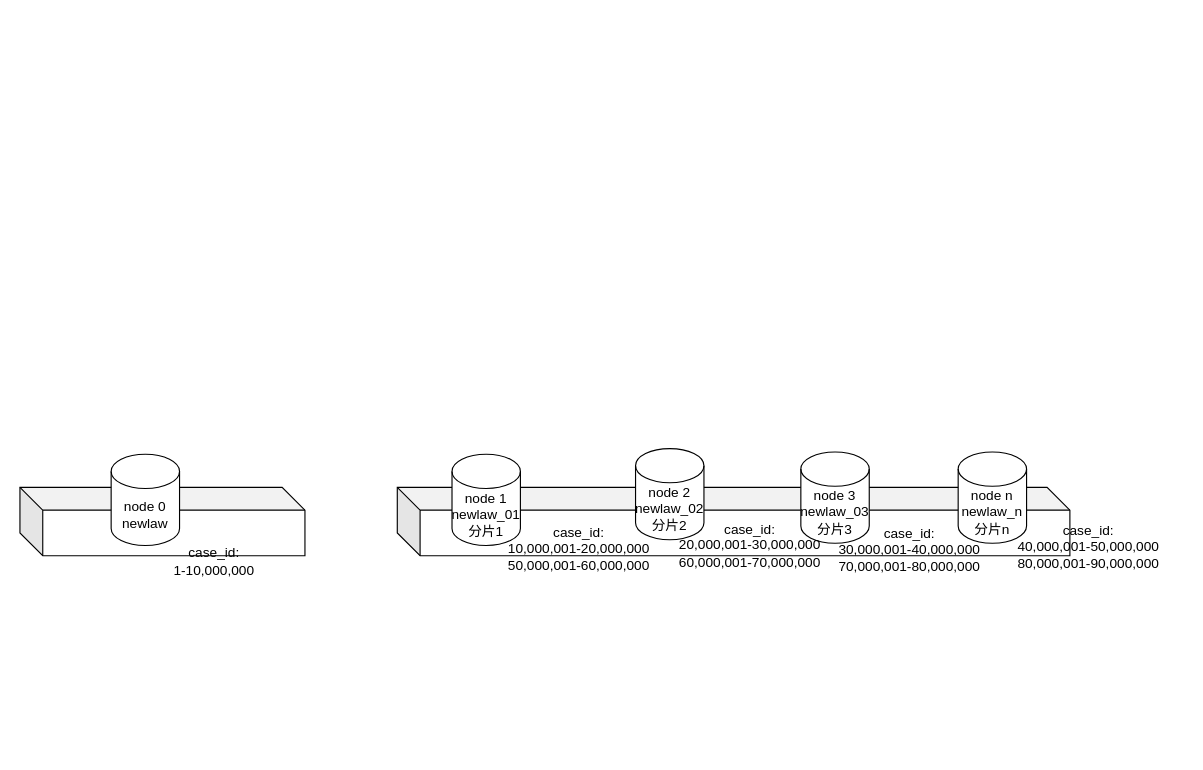
The draw.io diagram dble.drawio in leiting6/diagrams, before the edit. Source tidied: cells renumbered, new cells numbered last; positions are measured from the earlier drawing's top-left corner, leaving out a move shared by most shapes. Both pictures are drawn from the tidied source at 114%, with x=0, y=0 at pixel (19, 448).
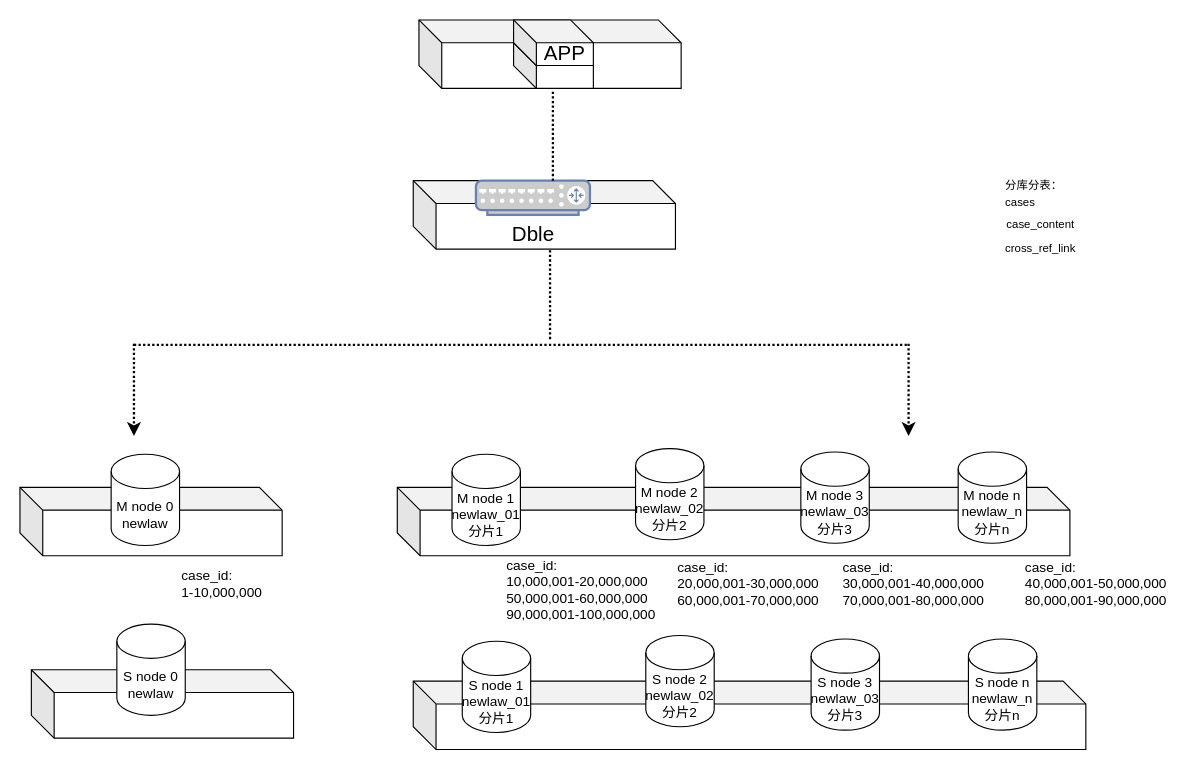
Above is the later version.

What changed in the source:
```diff
@@
-    <mxCell id="3" value="node 2&lt;br&gt;newlaw_02&lt;br&gt;分片2" style="shape=cylinder3;whiteSpace=wrap;html=1;boundedLbl=1;backgroundOutline=1;size=15;" parent="1" vertex="1">
+    <mxCell id="3" value="M node 2&lt;br&gt;newlaw_02&lt;br&gt;分片2" style="shape=cylinder3;whiteSpace=wrap;html=1;boundedLbl=1;backgroundOutline=1;size=15;" parent="1" vertex="1">
       <mxGeometry x="540" width="60" height="80" as="geometry" />
     </mxCell>
-    <mxCell id="4" value="node 3&lt;br&gt;newlaw_03&lt;br&gt;分片3" style="shape=cylinder3;whiteSpace=wrap;html=1;boundedLbl=1;backgroundOutline=1;size=15;" parent="1" vertex="1">
+    <mxCell id="4" value="M node 3&lt;br&gt;newlaw_03&lt;br&gt;分片3" style="shape=cylinder3;whiteSpace=wrap;html=1;boundedLbl=1;backgroundOutline=1;size=15;" parent="1" vertex="1">
       <mxGeometry x="685" y="3" width="60" height="80" as="geometry" />
     </mxCell>
-    <mxCell id="5" value="node n&lt;br&gt;newlaw_n&lt;br&gt;分片n" style="shape=cylinder3;whiteSpace=wrap;html=1;boundedLbl=1;backgroundOutline=1;size=15;" parent="1" vertex="1">
+    <mxCell id="5" value="M node n&lt;br&gt;newlaw_n&lt;br&gt;分片n" style="shape=cylinder3;whiteSpace=wrap;html=1;boundedLbl=1;backgroundOutline=1;size=15;" parent="1" vertex="1">
       <mxGeometry x="823" y="3" width="60" height="80" as="geometry" />
     </mxCell>
-    <mxCell id="6" value="node 1&lt;br&gt;newlaw_01&lt;br&gt;分片1" style="shape=cylinder3;whiteSpace=wrap;html=1;boundedLbl=1;backgroundOutline=1;size=15;" parent="1" vertex="1">
+    <mxCell id="6" value="M node 1&lt;br&gt;newlaw_01&lt;br&gt;分片1" style="shape=cylinder3;whiteSpace=wrap;html=1;boundedLbl=1;backgroundOutline=1;size=15;" parent="1" vertex="1">
       <mxGeometry x="379" y="5" width="60" height="80" as="geometry" />
     </mxCell>
     <mxCell id="7" style="shape=cube;whiteSpace=wrap;html=1;boundedLbl=1;backgroundOutline=1;darkOpacity=0.05;darkOpacity2=0.1;" parent="1" vertex="1">
-      <mxGeometry y="34" width="250" height="60" as="geometry" />
+      <mxGeometry y="34" width="230" height="60" as="geometry" />
     </mxCell>
-    <mxCell id="8" value="node 0&lt;br&gt;newlaw" style="shape=cylinder3;whiteSpace=wrap;html=1;boundedLbl=1;backgroundOutline=1;size=15;" parent="1" vertex="1">
+    <mxCell id="8" value="M node 0&lt;br&gt;newlaw" style="shape=cylinder3;whiteSpace=wrap;html=1;boundedLbl=1;backgroundOutline=1;size=15;" parent="1" vertex="1">
       <mxGeometry x="80" y="5" width="60" height="80" as="geometry" />
     </mxCell>
-    <mxCell id="9" value="case_id:&lt;br&gt;1-10,000,000" style="text;html=1;align=center;verticalAlign=middle;rounded=0;" parent="1" vertex="1">
-      <mxGeometry x="125" y="84" width="90" height="30" as="geometry" />
+    <mxCell id="9" value="case_id:&lt;br&gt;1-10,000,000" style="text;html=1;align=left;verticalAlign=middle;rounded=0;" parent="1" vertex="1">
+      <mxGeometry x="140" y="104" width="90" height="30" as="geometry" />
     </mxCell>
-    <mxCell id="10" value="case_id:&lt;br&gt;10,000,001-20,000,000&lt;br&gt;50,000,001-60,000,000" style="text;html=1;align=center;verticalAlign=middle;fillColor=none;strokeColor=none;rounded=0;" parent="1" vertex="1">
-      <mxGeometry x="420" y="63" width="140" height="50" as="geometry" />
+    <mxCell id="10" value="case_id:&lt;br&gt;10,000,001-20,000,000&lt;br&gt;50,000,001-60,000,000&lt;br&gt;90,000,001-100,000,000" style="text;html=1;align=left;verticalAlign=middle;fillColor=none;strokeColor=none;rounded=0;" parent="1" vertex="1">
+      <mxGeometry x="425" y="94" width="150" height="60" as="geometry" />
     </mxCell>
-    <mxCell id="11" value="case_id:&lt;br&gt;20,000,001-30,000,000&lt;br&gt;60,000,001-70,000,000" style="text;html=1;align=center;verticalAlign=middle;fillColor=none;strokeColor=none;rounded=0;" parent="1" vertex="1">
-      <mxGeometry x="570" y="60" width="140" height="50" as="geometry" />
+    <mxCell id="11" value="case_id:&lt;br&gt;20,000,001-30,000,000&lt;br&gt;60,000,001-70,000,000" style="text;html=1;align=left;verticalAlign=middle;fillColor=none;strokeColor=none;rounded=0;" parent="1" vertex="1">
+      <mxGeometry x="575" y="94" width="140" height="50" as="geometry" />
     </mxCell>
-    <mxCell id="12" value="case_id:&lt;br&gt;30,000,001-40,000,000&lt;br&gt;70,000,001-80,000,000" style="text;html=1;align=center;verticalAlign=middle;fillColor=none;strokeColor=none;rounded=0;" parent="1" vertex="1">
-      <mxGeometry x="710" y="64" width="140" height="50" as="geometry" />
+    <mxCell id="12" value="case_id:&lt;br&gt;30,000,001-40,000,000&lt;br&gt;70,000,001-80,000,000" style="text;html=1;align=left;verticalAlign=middle;fillColor=none;strokeColor=none;rounded=0;" parent="1" vertex="1">
+      <mxGeometry x="720" y="94" width="140" height="50" as="geometry" />
     </mxCell>
-    <mxCell id="13" value="case_id:&lt;br&gt;40,000,001-50,000,000&lt;br&gt;80,000,001-90,000,000" style="text;html=1;align=center;verticalAlign=middle;fillColor=none;strokeColor=none;rounded=0;" parent="1" vertex="1">
-      <mxGeometry x="867" y="61" width="140" height="50" as="geometry" />
+    <mxCell id="13" value="case_id:&lt;br&gt;40,000,001-50,000,000&lt;br&gt;80,000,001-90,000,000" style="text;html=1;align=left;verticalAlign=middle;fillColor=none;strokeColor=none;rounded=0;" parent="1" vertex="1">
+      <mxGeometry x="880" y="94" width="140" height="50" as="geometry" />
     </mxCell>
+    <mxCell id="14" style="shape=cube;whiteSpace=wrap;html=1;boundedLbl=1;backgroundOutline=1;darkOpacity=0.05;darkOpacity2=0.1;" parent="1" vertex="1">
+      <mxGeometry x="10" y="194" width="230" height="60" as="geometry" />
+    </mxCell>
+    <mxCell id="15" value="S node 0&lt;br&gt;newlaw" style="shape=cylinder3;whiteSpace=wrap;html=1;boundedLbl=1;backgroundOutline=1;size=15;" parent="1" vertex="1">
+      <mxGeometry x="85" y="154" width="60" height="80" as="geometry" />
+    </mxCell>
+    <mxCell id="16" style="shape=cube;whiteSpace=wrap;html=1;boundedLbl=1;backgroundOutline=1;darkOpacity=0.05;darkOpacity2=0.1;" parent="1" vertex="1">
+      <mxGeometry x="345" y="204" width="590" height="60" as="geometry" />
+    </mxCell>
+    <mxCell id="17" value="S node 2&lt;br&gt;newlaw_02&lt;br&gt;分片2" style="shape=cylinder3;whiteSpace=wrap;html=1;boundedLbl=1;backgroundOutline=1;size=15;" parent="1" vertex="1">
+      <mxGeometry x="549" y="164" width="60" height="80" as="geometry" />
+    </mxCell>
+    <mxCell id="18" value="S node 3&lt;br&gt;newlaw_03&lt;br&gt;分片3" style="shape=cylinder3;whiteSpace=wrap;html=1;boundedLbl=1;backgroundOutline=1;size=15;" parent="1" vertex="1">
+      <mxGeometry x="694" y="167" width="60" height="80" as="geometry" />
+    </mxCell>
+    <mxCell id="19" value="S node n&lt;br&gt;newlaw_n&lt;br&gt;分片n" style="shape=cylinder3;whiteSpace=wrap;html=1;boundedLbl=1;backgroundOutline=1;size=15;" parent="1" vertex="1">
+      <mxGeometry x="832" y="167" width="60" height="80" as="geometry" />
+    </mxCell>
+    <mxCell id="20" value="S node 1&lt;br&gt;newlaw_01&lt;br&gt;分片1" style="shape=cylinder3;whiteSpace=wrap;html=1;boundedLbl=1;backgroundOutline=1;size=15;" parent="1" vertex="1">
+      <mxGeometry x="388" y="169" width="60" height="80" as="geometry" />
+    </mxCell>
+    <mxCell id="21" style="endArrow=none;html=1;rounded=0;dashed=1;strokeWidth=2;dashPattern=1 1;" parent="1" edge="1">
+      <mxGeometry relative="1" as="geometry">
+        <mxPoint x="100" y="-91" as="sourcePoint" />
+        <mxPoint x="780" y="-91" as="targetPoint" />
+      </mxGeometry>
+    </mxCell>
+    <mxCell id="22" style="endArrow=classic;html=1;rounded=0;strokeWidth=2;dashed=1;dashPattern=1 1;" parent="1" edge="1">
+      <mxGeometry relative="1" as="geometry">
+        <mxPoint x="100" y="-92" as="sourcePoint" />
+        <mxPoint x="100" y="-11" as="targetPoint" />
+      </mxGeometry>
+    </mxCell>
+    <mxCell id="23" style="endArrow=classic;html=1;rounded=0;strokeWidth=2;dashed=1;dashPattern=1 1;" parent="1" edge="1">
+      <mxGeometry relative="1" as="geometry">
+        <mxPoint x="779.5" y="-92" as="sourcePoint" />
+        <mxPoint x="779.5" y="-11" as="targetPoint" />
+      </mxGeometry>
+    </mxCell>
+    <mxCell id="24" style="shape=cube;whiteSpace=wrap;html=1;boundedLbl=1;backgroundOutline=1;darkOpacity=0.05;darkOpacity2=0.1;" parent="1" vertex="1">
+      <mxGeometry x="345" y="-235" width="230" height="60" as="geometry" />
+    </mxCell>
+    <mxCell id="25" value="&lt;font style=&quot;font-size: 18px&quot; color=&quot;#000000&quot;&gt;Dble&lt;/font&gt;" style="fontColor=#0066CC;verticalAlign=top;verticalLabelPosition=bottom;labelPosition=center;align=center;html=1;fillColor=#CCCCCC;strokeColor=#6881B3;gradientColor=none;gradientDirection=north;strokeWidth=2;shape=mxgraph.networks.router;" parent="1" vertex="1">
+      <mxGeometry x="400" y="-235" width="100" height="30" as="geometry" />
+    </mxCell>
+    <mxCell id="26" style="shape=cube;whiteSpace=wrap;html=1;boundedLbl=1;backgroundOutline=1;darkOpacity=0.05;darkOpacity2=0.1;" parent="1" vertex="1">
+      <mxGeometry x="350" y="-376" width="230" height="60" as="geometry" />
+    </mxCell>
+    <mxCell id="27" style="shape=cube;whiteSpace=wrap;html=1;boundedLbl=1;backgroundOutline=1;darkOpacity=0.05;darkOpacity2=0.1;" parent="1" vertex="1">
+      <mxGeometry x="433" y="-356" width="70" height="40" as="geometry" />
+    </mxCell>
+    <mxCell id="28" value="&lt;font style=&quot;font-size: 18px&quot;&gt;APP&lt;/font&gt;" style="shape=cube;whiteSpace=wrap;html=1;boundedLbl=1;backgroundOutline=1;darkOpacity=0.05;darkOpacity2=0.1;" parent="1" vertex="1">
+      <mxGeometry x="433" y="-376" width="70" height="40" as="geometry" />
+    </mxCell>
+    <mxCell id="29" style="endArrow=none;dashed=1;html=1;dashPattern=1 1;strokeWidth=2;rounded=0;fontSize=18;fontColor=#000000;" parent="1" edge="1">
+      <mxGeometry relative="1" as="geometry">
+        <mxPoint x="465" y="-96" as="sourcePoint" />
+        <mxPoint x="465" y="-175" as="targetPoint" />
+      </mxGeometry>
+    </mxCell>
+    <mxCell id="30" style="endArrow=none;dashed=1;html=1;dashPattern=1 1;strokeWidth=2;rounded=0;fontSize=18;fontColor=#000000;" parent="1" edge="1">
+      <mxGeometry relative="1" as="geometry">
+        <mxPoint x="467.5" y="-235" as="sourcePoint" />
+        <mxPoint x="467.5" y="-314" as="targetPoint" />
+      </mxGeometry>
+    </mxCell>
+    <mxCell id="31" value="&lt;div style=&quot;text-align: left&quot;&gt;&lt;span style=&quot;font-size: 10px&quot;&gt;分库分表：&lt;/span&gt;&lt;/div&gt;&lt;font style=&quot;font-size: 10px&quot;&gt;&lt;div style=&quot;text-align: left&quot;&gt;&lt;span&gt;cases&lt;/span&gt;&lt;/div&gt;case_content&lt;br style=&quot;font-size: 10px&quot;&gt;cross_ref_link&lt;/font&gt;" style="text;html=1;align=center;verticalAlign=middle;fillColor=none;strokeColor=none;rounded=0;fontSize=18;fontColor=#000000;" parent="1" vertex="1">
+      <mxGeometry x="850" y="-255" width="90" height="100" as="geometry" />
+    </mxCell>
```
